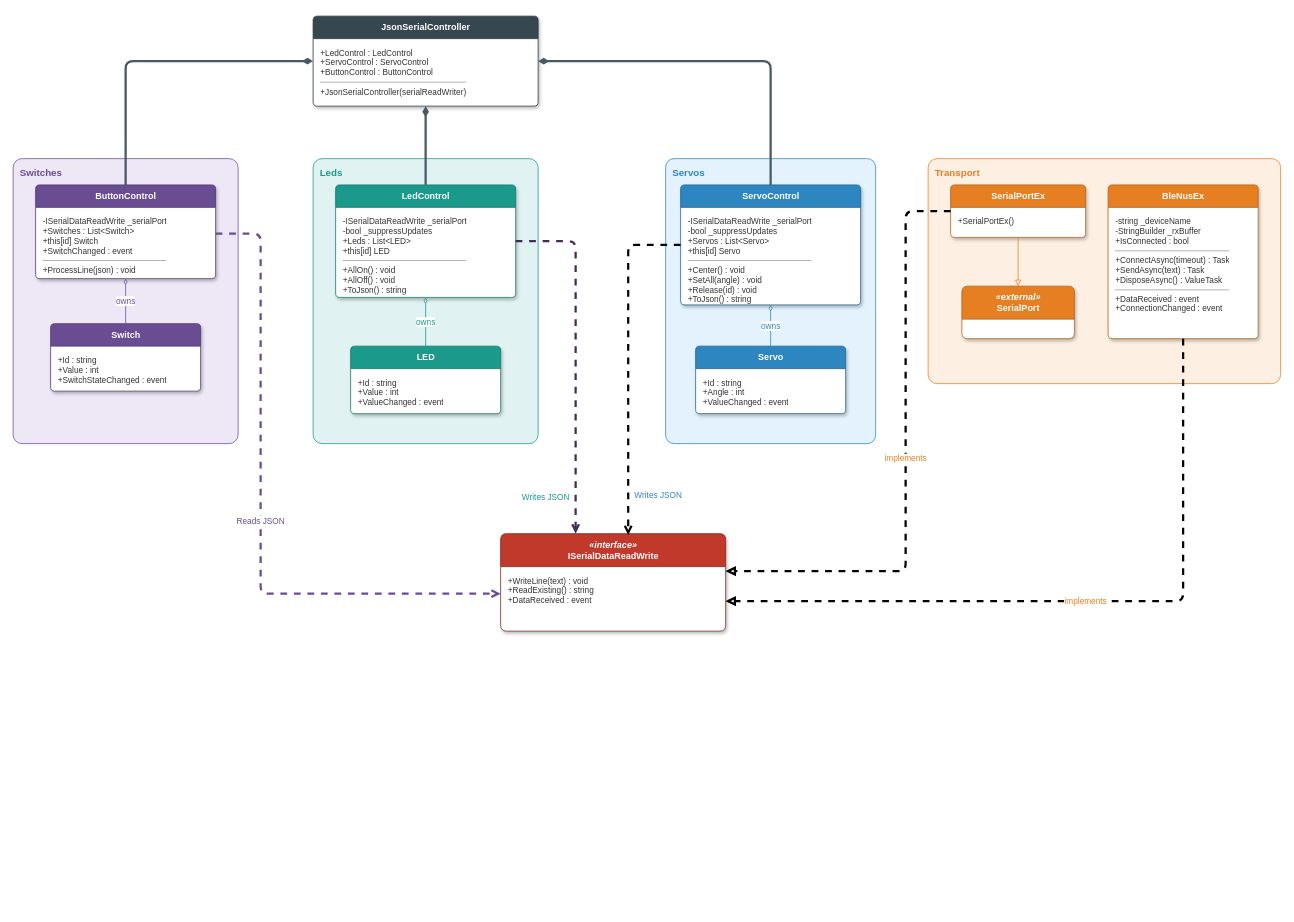
Above: SerialLedBtnLibEx/Images/ClassDiagram.drawio in rlangoy/PB1151vSnippets (draw.io), before the change. Source tidied: cells renumbered, new cells numbered last; positions are measured from the earlier drawing's top-left corner, leaving out a move shared by most shapes. Both pictures are drawn from the tidied source at 75%, with x=0, y=0 at pixel (13, 16).
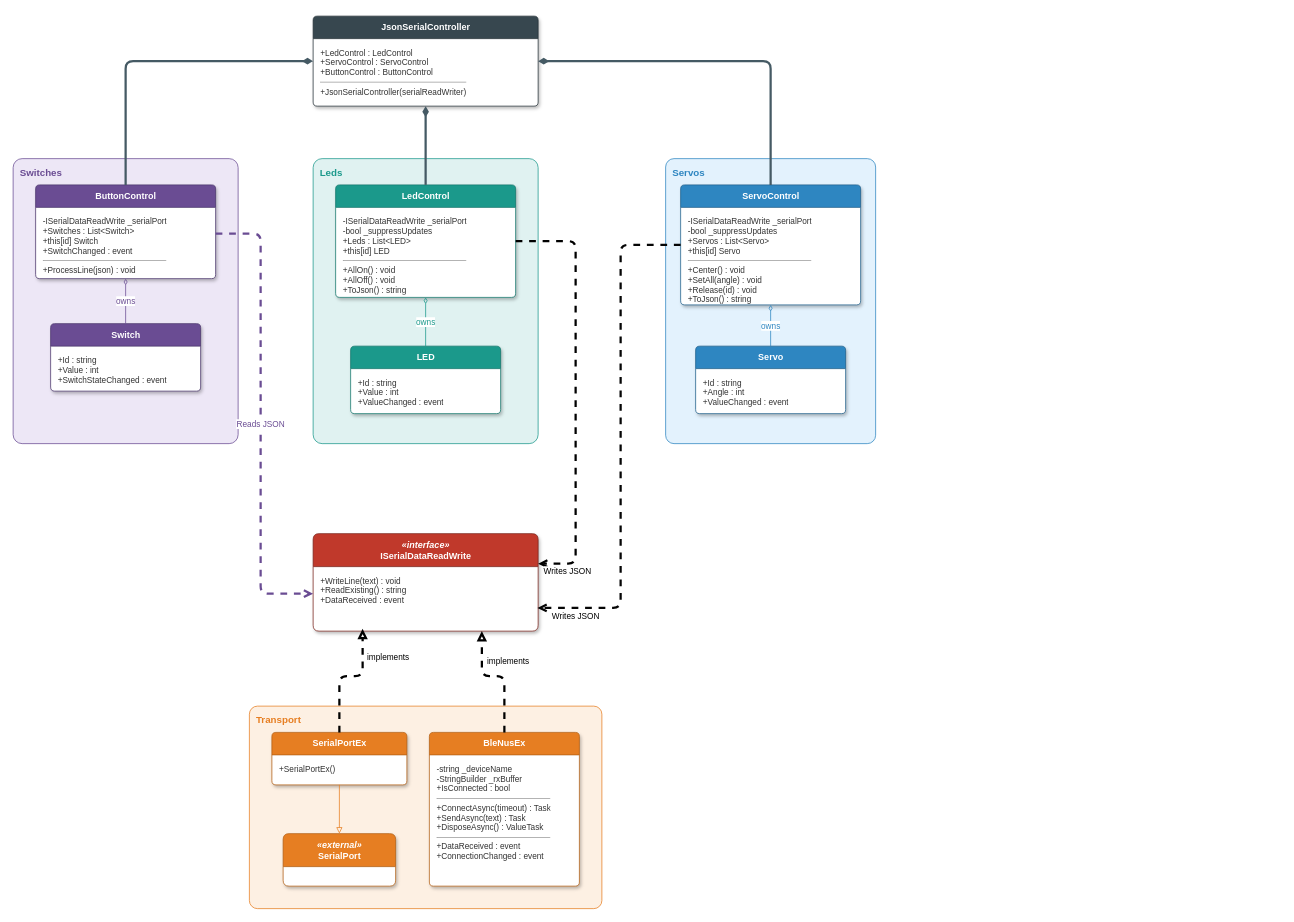
Above is the later version.

The change refers to these unchanged cells:
```xml
<mxCell id="12" value="LedControl" style="swimlane;rounded=1;arcSize=6;html=1;startSize=30;fillColor=#1B998B;strokeColor=#12766B;fontColor=#ffffff;fontStyle=1;fontSize=12;align=center;verticalAlign=middle;swimlaneFillColor=#ffffff;shadow=1;" parent="1" vertex="1">
  <mxGeometry x="430" y="225" width="240" height="150" as="geometry" />
</mxCell>
<mxCell id="16" value="ServoControl" style="swimlane;rounded=1;arcSize=6;html=1;startSize=30;fillColor=#2E86C1;strokeColor=#1F5F8B;fontColor=#ffffff;fontStyle=1;fontSize=12;align=center;verticalAlign=middle;swimlaneFillColor=#ffffff;shadow=1;" parent="1" vertex="1">
  <mxGeometry x="890" y="225" width="240" height="160" as="geometry" />
</mxCell>
<mxCell id="26" value="+WriteLine(text) : void&lt;br&gt;+ReadExisting() : string&lt;br&gt;+DataReceived : event" style="text;html=1;whiteSpace=wrap;align=left;verticalAlign=top;spacingLeft=8;spacingTop=6;spacingRight=6;fillColor=none;strokeColor=none;fontColor=#333333;fontSize=11;overflow=hidden;" parent="25" vertex="1">
  <mxGeometry y="44" width="300" height="86" as="geometry" />
</mxCell>
```

The edit, as a diff of the source:
```diff
@@
     <mxCell id="5" value="&amp;nbsp; Transport" style="rounded=1;arcSize=4;html=1;verticalAlign=top;align=left;fontStyle=1;fontSize=13;fillColor=#FDF0E3;strokeColor=#E67E22;fontColor=#E67E22;dashed=0;spacingTop=4;" parent="1" vertex="1">
-      <mxGeometry x="1220" y="190" width="470" height="300" as="geometry" />
+      <mxGeometry x="315" y="920" width="470" height="270" as="geometry" />
     </mxCell>
@@
     <mxCell id="20" value="SerialPortEx" style="swimlane;rounded=1;arcSize=6;html=1;startSize=30;fillColor=#E67E22;strokeColor=#B35F13;fontColor=#ffffff;fontStyle=1;fontSize=12;align=center;verticalAlign=middle;swimlaneFillColor=#ffffff;shadow=1;" parent="1" vertex="1">
-      <mxGeometry x="1250" y="225" width="180" height="70" as="geometry" />
+      <mxGeometry x="345" y="955" width="180" height="70" as="geometry" />
     </mxCell>
@@
     <mxCell id="22" value="&lt;i&gt;«external»&lt;/i&gt;&lt;br&gt;SerialPort" style="swimlane;rounded=1;arcSize=6;html=1;startSize=44;fillColor=#E67E22;strokeColor=#B35F13;fontColor=#ffffff;fontStyle=1;fontSize=12;align=center;verticalAlign=middle;swimlaneFillColor=#ffffff;shadow=1;" parent="1" vertex="1">
-      <mxGeometry x="1265" y="360" width="150" height="70" as="geometry" />
+      <mxGeometry x="360" y="1090" width="150" height="70" as="geometry" />
     </mxCell>
     <mxCell id="23" value="BleNusEx" style="swimlane;rounded=1;arcSize=6;html=1;startSize=30;fillColor=#E67E22;strokeColor=#B35F13;fontColor=#ffffff;fontStyle=1;fontSize=12;align=center;verticalAlign=middle;swimlaneFillColor=#ffffff;shadow=1;" parent="1" vertex="1">
-      <mxGeometry x="1460" y="225" width="200" height="205" as="geometry" />
+      <mxGeometry x="555" y="955" width="200" height="205" as="geometry" />
     </mxCell>
@@
     <mxCell id="25" value="&lt;i&gt;«interface»&lt;/i&gt;&lt;br&gt;ISerialDataReadWrite" style="swimlane;rounded=1;arcSize=6;html=1;startSize=44;fillColor=#C0392B;strokeColor=#7B241C;fontColor=#ffffff;fontStyle=1;fontSize=12;align=center;verticalAlign=middle;swimlaneFillColor=#ffffff;shadow=1;" parent="1" vertex="1">
-      <mxGeometry x="650" y="690" width="300" height="130" as="geometry" />
+      <mxGeometry x="400" y="690" width="300" height="130" as="geometry" />
     </mxCell>
@@
-    <mxCell id="34" value="Writes JSON" style="endArrow=open;dashed=1;html=1;edgeStyle=orthogonalEdgeStyle;rounded=1;strokeColor=#432D57;fontColor=#1B998B;fillColor=#76608a;strokeWidth=3;" parent="1" edge="1" source="12" target="25">
-      <mxGeometry x="0.79" y="-40" relative="1" as="geometry">
+    <mxCell id="34" value="Writes JSON" style="endArrow=open;dashed=1;html=1;edgeStyle=orthogonalEdgeStyle;rounded=1;strokeColor=#000000;fontColor=#000000;fillColor=#76608a;strokeWidth=3;entryX=1;entryY=0.308;entryDx=0;entryDy=0;entryPerimeter=0;" parent="1" edge="1" source="12" target="25">
+      <mxGeometry x="0.86" y="10" relative="1" as="geometry">
         <Array as="points">
           <mxPoint x="750" y="300" />
+          <mxPoint x="750" y="730" />
         </Array>
       </mxGeometry>
     </mxCell>
-    <mxCell id="35" value="Writes JSON" style="endArrow=open;dashed=1;html=1;edgeStyle=orthogonalEdgeStyle;rounded=1;strokeColor=#050505;fontColor=#2E86C1;entryX=0.567;entryY=0.015;entryDx=0;entryDy=0;entryPerimeter=0;strokeWidth=3;" parent="1" edge="1" source="16" target="25">
-      <mxGeometry x="0.77" y="40" relative="1" as="geometry">
+    <mxCell id="35" value="Writes JSON" style="endArrow=open;dashed=1;html=1;edgeStyle=orthogonalEdgeStyle;rounded=1;strokeColor=#050505;fontColor=#000000;entryX=0.997;entryY=0.64;entryDx=0;entryDy=0;entryPerimeter=0;strokeWidth=3;" parent="1" edge="1" source="16" target="26">
+      <mxGeometry x="0.85" y="11" relative="1" as="geometry">
         <Array as="points">
-          <mxPoint x="820" y="305" />
+          <mxPoint x="810" y="305" />
+          <mxPoint x="810" y="789" />
         </Array>
       </mxGeometry>
     </mxCell>
-    <mxCell id="36" value="implements" style="endArrow=block;endFill=0;dashed=1;html=1;edgeStyle=orthogonalEdgeStyle;rounded=1;strokeColor=#000000;fontColor=#E67E22;strokeWidth=3;" parent="1" edge="1" source="20" target="25">
-      <mxGeometry relative="1" as="geometry">
+    <mxCell id="36" value="implements" style="endArrow=block;endFill=0;dashed=1;html=1;edgeStyle=orthogonalEdgeStyle;rounded=1;strokeColor=#000000;fontColor=#000000;strokeWidth=3;entryX=0.22;entryY=0.965;entryDx=0;entryDy=0;entryPerimeter=0;exitX=0.5;exitY=0;exitDx=0;exitDy=0;" parent="1" edge="1" source="20" target="26">
+      <mxGeometry x="0.55" y="-34" relative="1" as="geometry">
         <Array as="points">
-          <mxPoint x="1190" y="260" />
-          <mxPoint x="1190" y="740" />
+          <mxPoint x="435" y="880" />
+          <mxPoint x="466" y="880" />
         </Array>
       </mxGeometry>
     </mxCell>
-    <mxCell id="37" value="implements" style="endArrow=block;endFill=0;dashed=1;html=1;edgeStyle=orthogonalEdgeStyle;rounded=1;strokeColor=#000000;fontColor=#E67E22;strokeWidth=3;" parent="1" edge="1" source="23" target="25">
-      <mxGeometry relative="1" as="geometry">
+    <mxCell id="37" value="implements" style="endArrow=block;endFill=0;dashed=1;html=1;edgeStyle=orthogonalEdgeStyle;rounded=1;strokeColor=#000000;fontColor=#000000;strokeWidth=3;exitX=0.5;exitY=0;exitDx=0;exitDy=0;entryX=0.75;entryY=1;entryDx=0;entryDy=0;" parent="1" edge="1" source="23" target="26">
+      <mxGeometry x="-0.03" y="-22" relative="1" as="geometry">
         <Array as="points">
-          <mxPoint x="1560" y="780" />
+          <mxPoint x="655" y="880" />
+          <mxPoint x="625" y="880" />
         </Array>
+        <mxPoint x="10" y="2" as="offset" />
       </mxGeometry>
     </mxCell>
```
